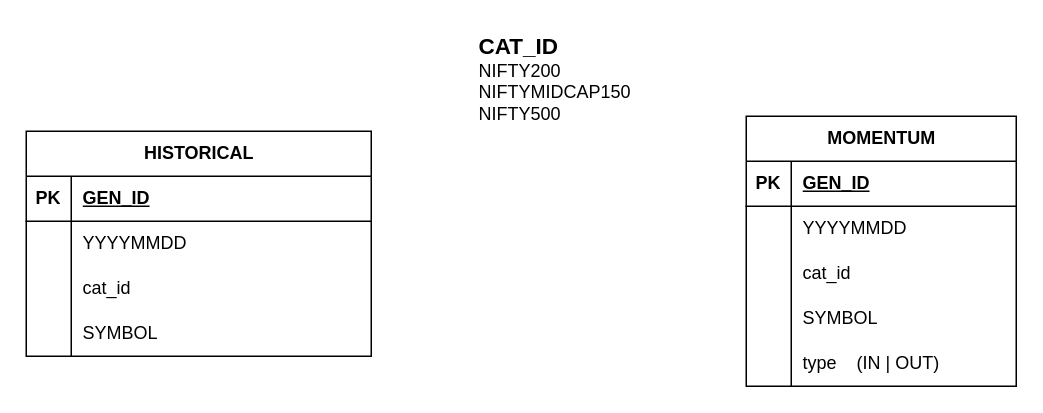
Above: BE/solution/Market.drawio in afflato/system (draw.io), before the change. Source tidied: cells renumbered, new cells numbered last; positions are measured from the earlier drawing's top-left corner, leaving out a move shared by most shapes. Both pictures are drawn from the tidied source at 150%, with x=0, y=0 at pixel (26, 26).
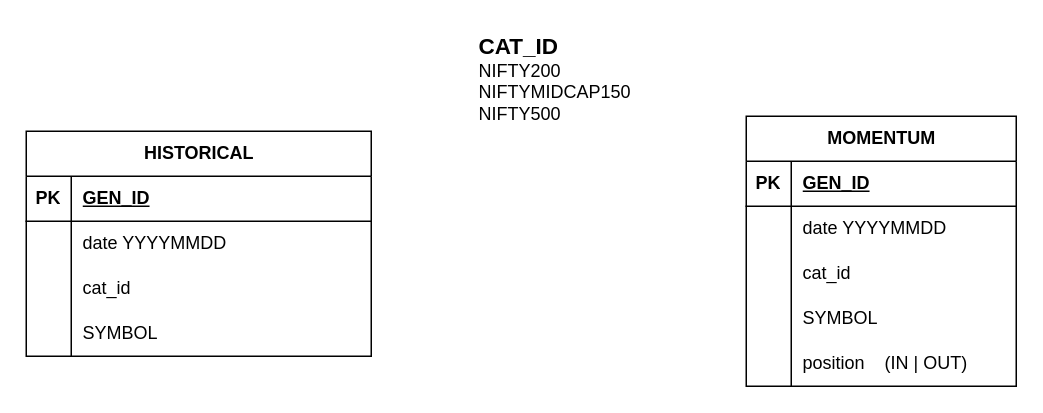
After the change.

The change refers to these unchanged cells:
```xml
<mxCell id="6" style="shape=tableRow;horizontal=0;startSize=0;swimlaneHead=0;swimlaneBody=0;fillColor=none;top=0;left=0;right=0;bottom=0;" parent="2" vertex="1">
  <mxGeometry y="60" width="230" height="30" as="geometry" />
</mxCell>
<mxCell id="19" style="shape=tableRow;horizontal=0;startSize=0;swimlaneHead=0;swimlaneBody=0;fillColor=none;top=0;left=0;right=0;bottom=0;" parent="15" vertex="1">
  <mxGeometry y="60" width="180" height="30" as="geometry" />
</mxCell>
<mxCell id="28" style="shape=tableRow;horizontal=0;startSize=0;swimlaneHead=0;swimlaneBody=0;fillColor=none;top=0;left=0;right=0;bottom=0;" parent="15" vertex="1">
  <mxGeometry y="150" width="180" height="30" as="geometry" />
</mxCell>
```

What changed in the source:
```diff
@@
-    <mxCell id="8" value="YYYYMMDD" style="shape=partialRectangle;fillColor=none;top=0;left=0;bottom=0;right=0;align=left;spacingLeft=6;overflow=hidden;whiteSpace=wrap;html=1;" parent="6" vertex="1">
+    <mxCell id="8" value="date YYYYMMDD" style="shape=partialRectangle;fillColor=none;top=0;left=0;bottom=0;right=0;align=left;spacingLeft=6;overflow=hidden;whiteSpace=wrap;html=1;" parent="6" vertex="1">
       <mxGeometry x="30" width="200" height="30" as="geometry" />
     </mxCell>
@@
-    <mxCell id="21" value="YYYYMMDD" style="shape=partialRectangle;fillColor=none;top=0;left=0;bottom=0;right=0;align=left;spacingLeft=6;overflow=hidden;whiteSpace=wrap;html=1;" parent="19" vertex="1">
+    <mxCell id="21" value="date YYYYMMDD" style="shape=partialRectangle;fillColor=none;top=0;left=0;bottom=0;right=0;align=left;spacingLeft=6;overflow=hidden;whiteSpace=wrap;html=1;" parent="19" vertex="1">
       <mxGeometry x="30" width="150" height="30" as="geometry" />
     </mxCell>
@@
-    <mxCell id="30" value="type&amp;nbsp; &amp;nbsp; (IN | OUT)" style="shape=partialRectangle;fillColor=none;top=0;left=0;bottom=0;right=0;align=left;spacingLeft=6;overflow=hidden;whiteSpace=wrap;html=1;" parent="28" vertex="1">
+    <mxCell id="30" value="position&amp;nbsp; &amp;nbsp; (IN | OUT)" style="shape=partialRectangle;fillColor=none;top=0;left=0;bottom=0;right=0;align=left;spacingLeft=6;overflow=hidden;whiteSpace=wrap;html=1;" parent="28" vertex="1">
       <mxGeometry x="30" width="150" height="30" as="geometry" />
     </mxCell>
```
